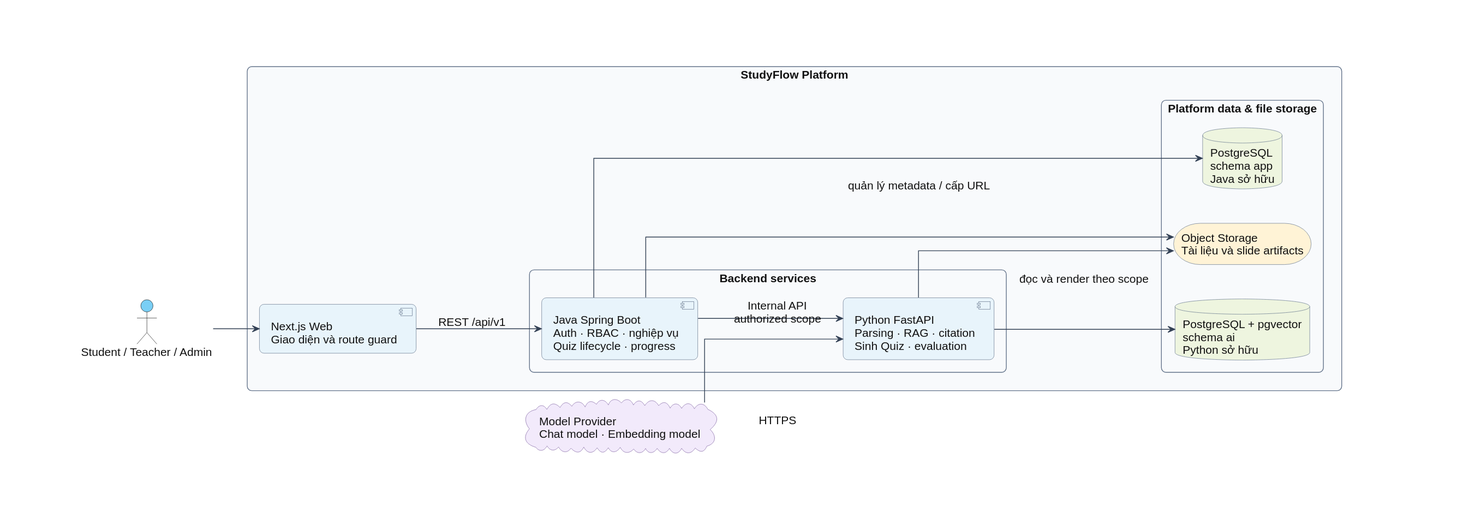
Earlier version of the PlantUML export docs/diagrams/chuong-3/component-01-kien-truc-he-thong.svg (bch7504/DATN). Source of this version:
```plantuml
@startuml
skinparam backgroundColor white
skinparam defaultFontName Arial
skinparam defaultFontSize 15
skinparam defaultFontColor #111111
skinparam ArrowColor #334155
skinparam shadowing false
skinparam linetype ortho
skinparam nodesep 45
skinparam ranksep 55
skinparam roundcorner 12
skinparam PackageStyle rectangle
skinparam PackagePadding 34
skinparam RectangleBorderColor #64748B
skinparam RectangleBackgroundColor #F8FAFC
skinparam ComponentBorderColor #64748B
skinparam ComponentBackgroundColor #E8F4FB
skinparam DatabaseBorderColor #64748B
skinparam DatabaseBackgroundColor #EEF5DF
skinparam StorageBorderColor #64748B
skinparam StorageBackgroundColor #FFF3D6
skinparam CloudBorderColor #8064A2
skinparam CloudBackgroundColor #F2EAFB
skinparam ActorBackgroundColor #7ACFF5
skinparam ActorBorderColor #222222
left to right direction

actor "Student / Teacher / Admin" as user

rectangle "StudyFlow Platform" as platform {
  component "Next.js Web\nGiao diện và route guard" as web

  rectangle "Backend services" as backend {
    component "Java Spring Boot\nAuth · RBAC · nghiệp vụ\nQuiz lifecycle · progress" as java
    component "Python FastAPI\nParsing · RAG · citation\nSinh Quiz · evaluation" as ai
  }

  rectangle "Platform data & file storage" as data {
    database "PostgreSQL\nschema app\nJava sở hữu" as appdb
    database "PostgreSQL + pgvector\nschema ai\nPython sở hữu" as aidb
    storage "Object Storage\nTài liệu và slide artifacts" as storage
  }

  web --> java : REST /api/v1
  java --> ai : Internal API\nauthorized scope
  java --> appdb
  ai --> aidb
  java --> storage : quản lý metadata / cấp URL
  ai --> storage : đọc và render theo scope
}

cloud "Model Provider\nChat model · Embedding model" as model

user --> web
model -down-> ai : HTTPS
@enduml
```
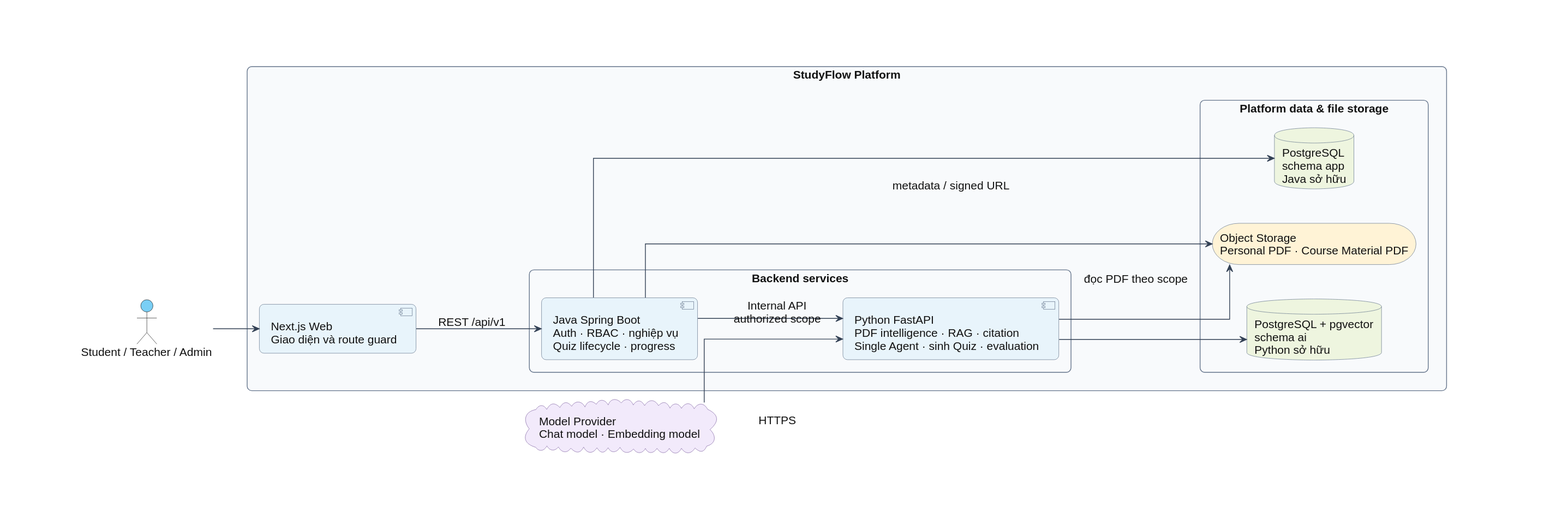
Above is the later version.

Diff of the diagram source:
```diff
@@ -32,21 +32,21 @@
 
   rectangle "Backend services" as backend {
     component "Java Spring Boot\nAuth · RBAC · nghiệp vụ\nQuiz lifecycle · progress" as java
-    component "Python FastAPI\nParsing · RAG · citation\nSinh Quiz · evaluation" as ai
+    component "Python FastAPI\nPDF intelligence · RAG · citation\nSingle Agent · sinh Quiz · evaluation" as ai
   }
 
   rectangle "Platform data & file storage" as data {
     database "PostgreSQL\nschema app\nJava sở hữu" as appdb
     database "PostgreSQL + pgvector\nschema ai\nPython sở hữu" as aidb
-    storage "Object Storage\nTài liệu và slide artifacts" as storage
+    storage "Object Storage\nPersonal PDF · Course Material PDF" as storage
   }
 
   web --> java : REST /api/v1
   java --> ai : Internal API\nauthorized scope
   java --> appdb
   ai --> aidb
-  java --> storage : quản lý metadata / cấp URL
-  ai --> storage : đọc và render theo scope
+  java --> storage : metadata / signed URL
+  ai --> storage : đọc PDF theo scope
 }
 
 cloud "Model Provider\nChat model · Embedding model" as model
```
